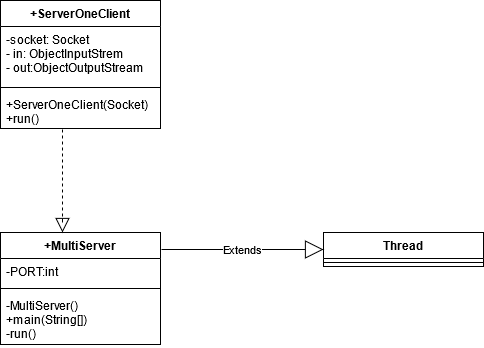
Before: doc/diagramma classi server/DIAGRAMMA CLASSI SERVER.png, a diagram exported from draw.io (StefanoBavaro/Progetto-MAP). Source tidied: cells renumbered, new cells last; positions are measured from the earlier drawing's top-left corner, leaving out a move shared by most shapes.
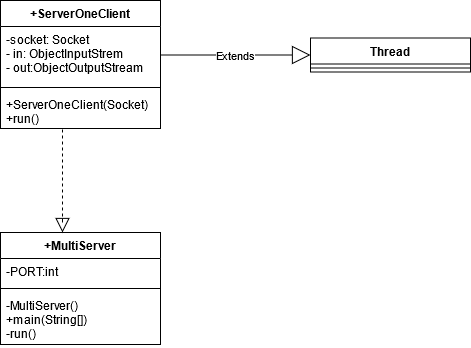
After the change.

Change to the diagram source:
```diff
@@ -36,15 +36,13 @@
       </mxGeometry>
     </mxCell>
     <mxCell id="11" value="Thread" style="swimlane;fontStyle=1;align=center;verticalAlign=top;horizontal=1;startSize=26;" parent="1" vertex="1">
-      <mxGeometry x="323" y="232" width="160" height="34" as="geometry" />
+      <mxGeometry x="310" y="37.5" width="160" height="34" as="geometry" />
     </mxCell>
     <mxCell id="12" style="line;strokeWidth=1;fillColor=none;align=left;verticalAlign=middle;spacingTop=-1;spacingLeft=3;spacingRight=3;labelPosition=right;" parent="11" vertex="1">
       <mxGeometry y="26" width="160" height="8" as="geometry" />
     </mxCell>
-    <mxCell id="13" value="Extends" style="endArrow=block;endSize=16;endFill=0;html=1;entryX=0;entryY=0.5;entryDx=0;entryDy=0;" parent="1" edge="1" target="11">
-      <mxGeometry relative="1" as="geometry">
-        <mxPoint x="161" y="249" as="sourcePoint" />
-      </mxGeometry>
+    <mxCell id="13" value="Extends" style="endArrow=block;endSize=16;endFill=0;html=1;entryX=0;entryY=0.5;entryDx=0;entryDy=0;exitX=1;exitY=0.5;exitDx=0;exitDy=0;" parent="1" edge="1" source="3" target="11">
+      <mxGeometry relative="1" as="geometry" />
     </mxCell>
   </root>
 </mxGraphModel>
```
